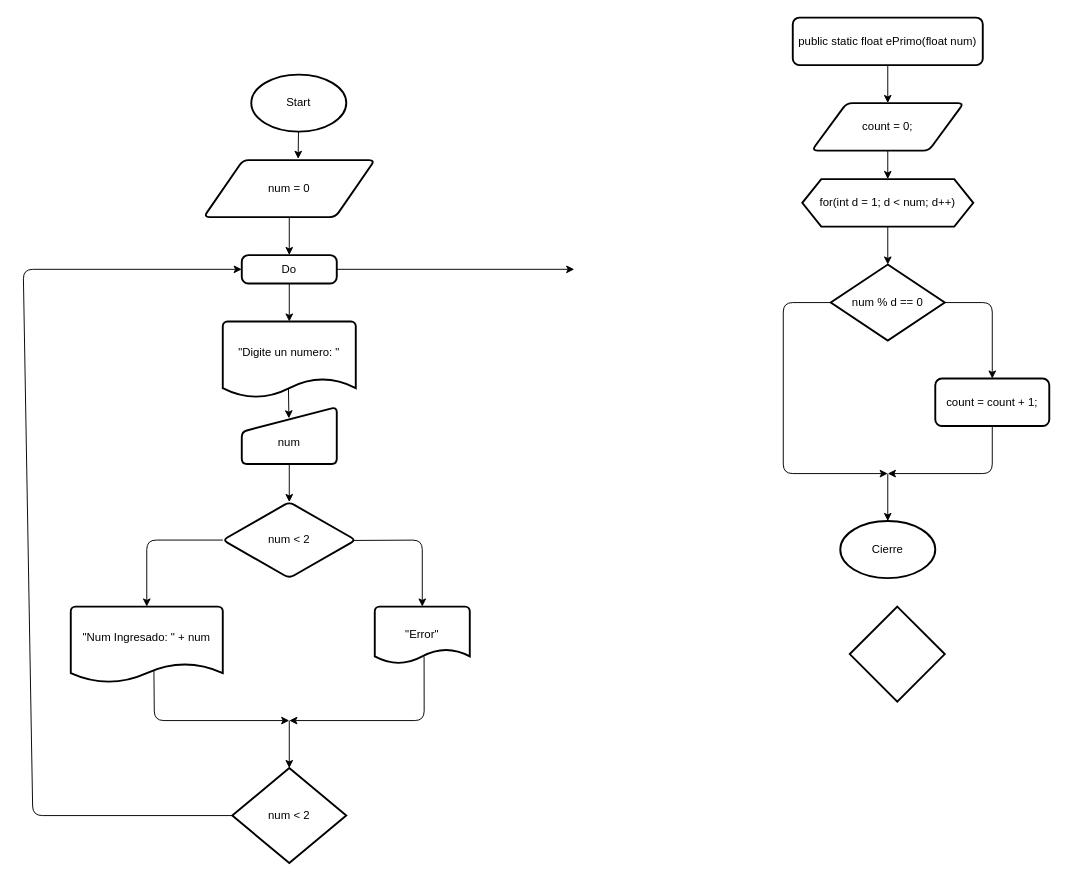
Before: DeterminarSiUnNumeroEsPrimo.drawio in AnthonyLozadaAlexander/DiagramaDeFlujos, a draw.io diagram. Source tidied: cells renumbered, new cells numbered last; positions are measured from the earlier drawing's top-left corner, leaving out a move shared by most shapes. Both pictures are drawn from the tidied source at 95%, with x=0, y=0 at pixel (23, 17).
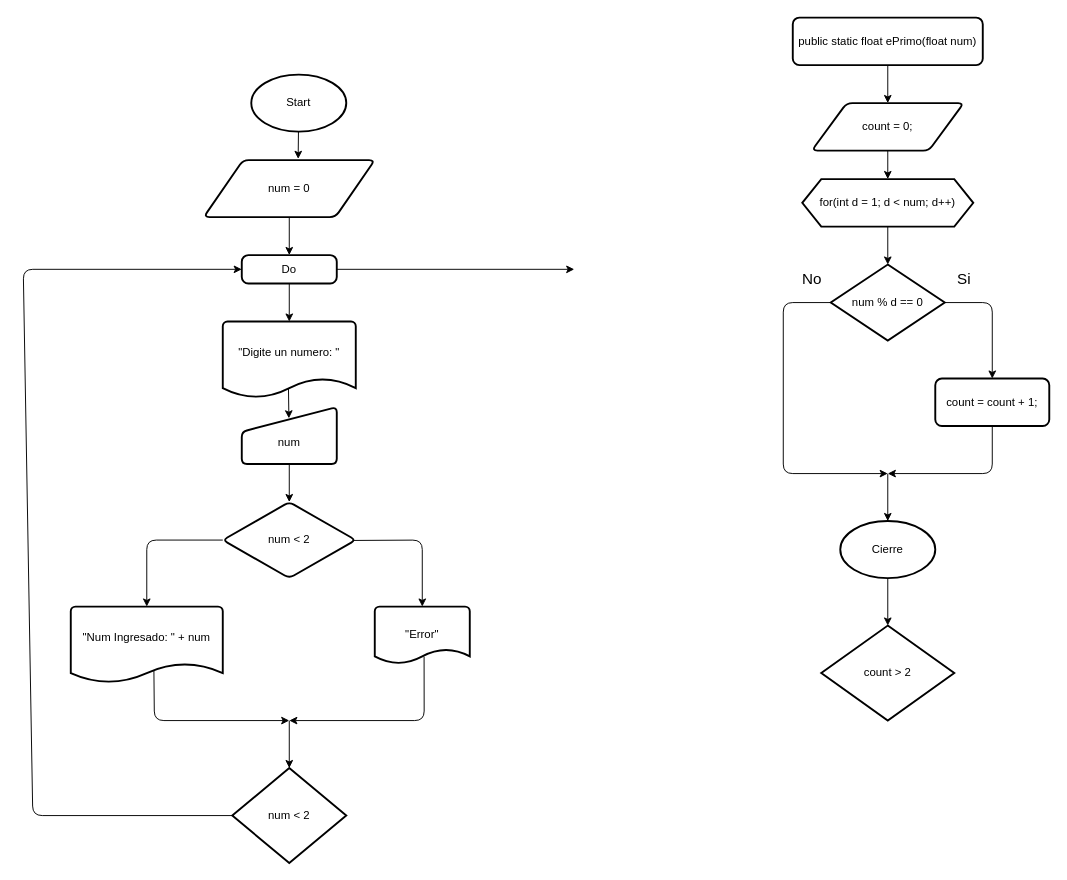
Above is the later version.

Commit message:
Agregar condiciones y decisiones al diagrama de flujo para determinar si un número es primo.

The change refers to these unchanged cells:
```xml
<mxCell id="35" value="Cierre" style="strokeWidth=2;html=1;shape=mxgraph.flowchart.start_1;whiteSpace=wrap;shadow=0;" parent="1" vertex="1">
  <mxGeometry x="860" y="530" width="100" height="60" as="geometry" />
</mxCell>
```

Diff of the diagram source:
```diff
@@
-    <mxCell id="36" style="strokeWidth=2;html=1;shape=mxgraph.flowchart.decision;whiteSpace=wrap;" parent="1" vertex="1">
-      <mxGeometry x="870" y="620" width="100" height="100" as="geometry" />
+    <mxCell id="36" value="count &amp;gt; 2" style="strokeWidth=2;html=1;shape=mxgraph.flowchart.decision;whiteSpace=wrap;" parent="1" vertex="1">
+      <mxGeometry x="840" y="640" width="140" height="100" as="geometry" />
     </mxCell>
+    <mxCell id="37" style="edgeStyle=none;html=1;entryX=0.5;entryY=0;entryDx=0;entryDy=0;entryPerimeter=0;" parent="1" edge="1" source="35" target="36">
+      <mxGeometry relative="1" as="geometry" />
+    </mxCell>
+    <mxCell id="38" value="Si" style="text;html=1;align=center;verticalAlign=middle;strokeColor=none;fillColor=none;fontSize=16;" parent="1" vertex="1">
+      <mxGeometry x="970" y="260" width="40" height="30" as="geometry" />
+    </mxCell>
+    <mxCell id="39" value="No" style="text;html=1;align=center;verticalAlign=middle;strokeColor=none;fillColor=none;fontSize=16;" parent="1" vertex="1">
+      <mxGeometry x="810" y="260" width="40" height="30" as="geometry" />
+    </mxCell>
```
